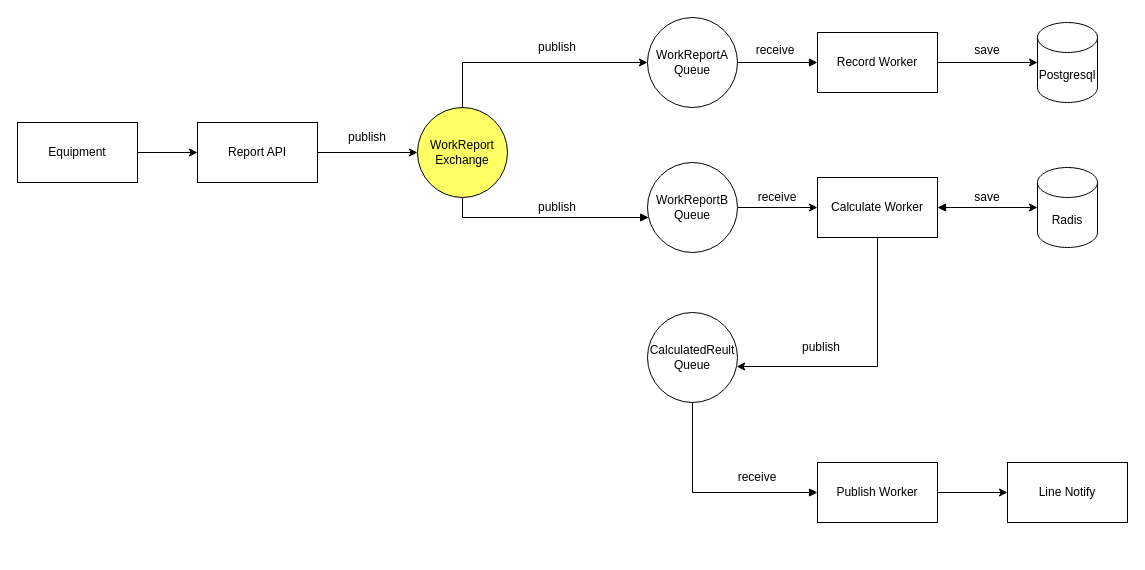
This is workReport.drawio from LIN-CHIN/work-report, a draw.io file, before an edit. Source tidied: cells renumbered, new cells numbered last; positions are measured from the earlier drawing's top-left corner, leaving out a move shared by most shapes. Both pictures are drawn from the tidied source at 100%, with x=0, y=0 at pixel (17, 17). Pictures stored in the file or linked from it are replaced by grey dashed boxes.
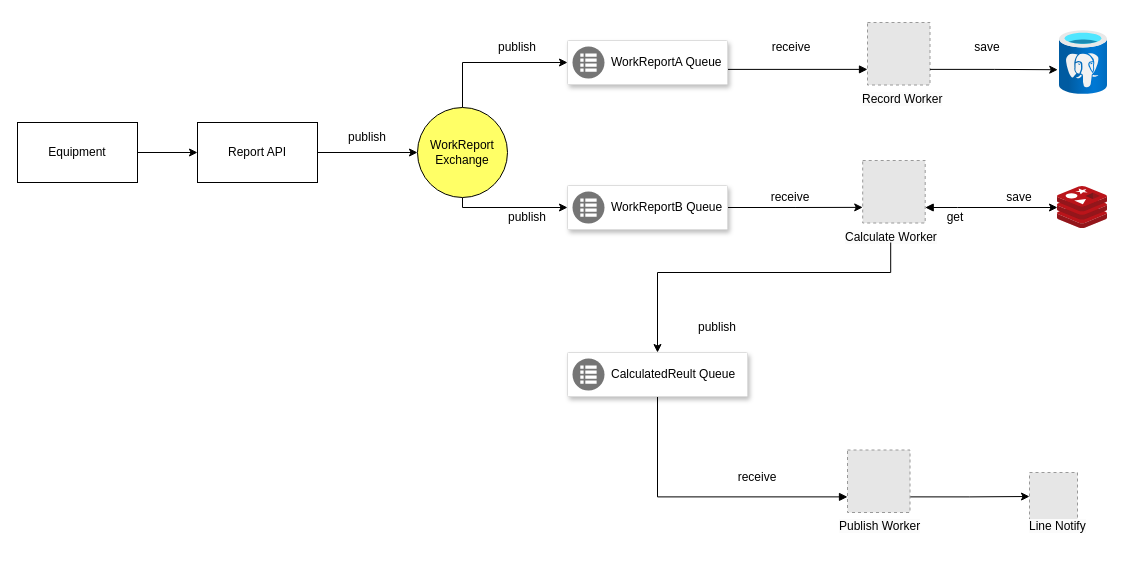
Above is the later version.

Unchanged cells that the change refers to:
```xml
<mxCell id="30" value="WorkReport&lt;br&gt;Exchange" style="ellipse;whiteSpace=wrap;html=1;fillColor=#FFFF66;" parent="1" vertex="1">
  <mxGeometry x="400" y="90" width="90" height="90" as="geometry" />
</mxCell>
```

What changed in the source:
```diff
@@
-    <mxCell id="4" style="edgeStyle=orthogonalEdgeStyle;rounded=0;jettySize=auto;html=1;entryX=0.5;entryY=0;entryDx=0;entryDy=0;startArrow=classic;startFill=1;endArrow=none;endFill=0;" parent="1" edge="1" source="5" target="30">
-      <mxGeometry relative="1" as="geometry" />
-    </mxCell>
-    <mxCell id="5" value="WorkReportA Queue" style="ellipse;whiteSpace=wrap;html=1;" parent="1" vertex="1">
-      <mxGeometry x="630" width="90" height="90" as="geometry" />
-    </mxCell>
-    <mxCell id="6" style="edgeStyle=orthogonalEdgeStyle;rounded=0;jettySize=auto;html=1;entryX=1;entryY=0.5;entryDx=0;entryDy=0;startArrow=block;startFill=1;endArrow=none;endFill=0;" parent="1" edge="1" source="8" target="5">
-      <mxGeometry relative="1" as="geometry" />
+    <mxCell id="6" style="edgeStyle=orthogonalEdgeStyle;rounded=0;jettySize=auto;html=1;entryX=1;entryY=0.5;entryDx=0;entryDy=0;startArrow=block;startFill=1;endArrow=none;endFill=0;exitX=0;exitY=0.75;exitDx=0;exitDy=0;" parent="1" edge="1" source="39" target="45">
+      <mxGeometry relative="1" as="geometry">
+        <Array as="points">
+          <mxPoint x="710" y="52" />
+        </Array>
+      </mxGeometry>
     </mxCell>
-    <mxCell id="7" style="edgeStyle=orthogonalEdgeStyle;rounded=0;jettySize=auto;html=1;exitX=1;exitY=0.5;exitDx=0;exitDy=0;entryX=0;entryY=0.5;entryDx=0;entryDy=0;entryPerimeter=0;" parent="1" edge="1" source="8" target="10">
-      <mxGeometry relative="1" as="geometry" />
-    </mxCell>
-    <mxCell id="8" value="Record Worker" style="rounded=0;whiteSpace=wrap;html=1;" parent="1" vertex="1">
-      <mxGeometry x="800" y="15" width="120" height="60" as="geometry" />
-    </mxCell>
-    <mxCell id="9" value="CalculatedReult Queue" style="ellipse;whiteSpace=wrap;html=1;" parent="1" vertex="1">
-      <mxGeometry x="630" y="295" width="90" height="90" as="geometry" />
-    </mxCell>
-    <mxCell id="10" value="Postgresql" style="shape=cylinder3;whiteSpace=wrap;html=1;boundedLbl=1;backgroundOutline=1;size=15;" parent="1" vertex="1">
-      <mxGeometry x="1020" y="5" width="60" height="80" as="geometry" />
-    </mxCell>
-    <mxCell id="11" style="edgeStyle=orthogonalEdgeStyle;rounded=0;jettySize=auto;html=1;entryX=0;entryY=0.5;entryDx=0;entryDy=0;entryPerimeter=0;startArrow=block;startFill=1;" parent="1" edge="1" source="13" target="14">
-      <mxGeometry relative="1" as="geometry" />
-    </mxCell>
-    <mxCell id="12" style="edgeStyle=orthogonalEdgeStyle;rounded=0;jettySize=auto;html=1;entryX=0.991;entryY=0.6;entryDx=0;entryDy=0;entryPerimeter=0;" parent="1" edge="1" source="13" target="9">
-      <mxGeometry relative="1" as="geometry">
-        <Array as="points">
-          <mxPoint x="860" y="349" />
-        </Array>
-      </mxGeometry>
-    </mxCell>
-    <mxCell id="13" value="Calculate&amp;nbsp;Worker" style="rounded=0;whiteSpace=wrap;html=1;" parent="1" vertex="1">
-      <mxGeometry x="800" y="160" width="120" height="60" as="geometry" />
-    </mxCell>
-    <mxCell id="14" value="Radis" style="shape=cylinder3;whiteSpace=wrap;html=1;boundedLbl=1;backgroundOutline=1;size=15;" parent="1" vertex="1">
-      <mxGeometry x="1020" y="150" width="60" height="80" as="geometry" />
-    </mxCell>
-    <mxCell id="15" style="edgeStyle=orthogonalEdgeStyle;rounded=0;jettySize=auto;html=1;entryX=0.5;entryY=1;entryDx=0;entryDy=0;startArrow=block;startFill=1;endArrow=none;endFill=0;" parent="1" edge="1" source="17" target="9">
-      <mxGeometry relative="1" as="geometry" />
+    <mxCell id="15" style="edgeStyle=orthogonalEdgeStyle;rounded=0;jettySize=auto;html=1;entryX=0.5;entryY=1;entryDx=0;entryDy=0;startArrow=block;startFill=1;endArrow=none;endFill=0;exitX=0;exitY=0.75;exitDx=0;exitDy=0;" parent="1" edge="1" source="41" target="47">
+      <mxGeometry relative="1" as="geometry">
+        <Array as="points">
+          <mxPoint x="640" y="479" />
+        </Array>
+      </mxGeometry>
     </mxCell>
-    <mxCell id="16" style="edgeStyle=orthogonalEdgeStyle;rounded=0;jettySize=auto;html=1;entryX=0;entryY=0.5;entryDx=0;entryDy=0;" parent="1" edge="1" source="17" target="33">
+    <mxCell id="16" style="edgeStyle=orthogonalEdgeStyle;rounded=0;jettySize=auto;html=1;entryX=0;entryY=0.5;entryDx=0;entryDy=0;exitX=1;exitY=0.75;exitDx=0;exitDy=0;" parent="1" edge="1" source="41" target="44">
       <mxGeometry relative="1" as="geometry" />
     </mxCell>
-    <mxCell id="17" value="Publish Worker" style="rounded=0;whiteSpace=wrap;html=1;" parent="1" vertex="1">
-      <mxGeometry x="800" y="445" width="120" height="60" as="geometry" />
-    </mxCell>
@@
     <mxCell id="19" value="receive" style="text;html=1;strokeColor=none;fillColor=none;align=center;verticalAlign=middle;whiteSpace=wrap;rounded=0;" parent="1" vertex="1">
-      <mxGeometry x="728" y="18" width="60" height="30" as="geometry" />
+      <mxGeometry x="742.5" y="15" width="62" height="30" as="geometry" />
     </mxCell>
     <mxCell id="20" value="receive" style="text;html=1;strokeColor=none;fillColor=none;align=center;verticalAlign=middle;whiteSpace=wrap;rounded=0;" parent="1" vertex="1">
-      <mxGeometry x="730" y="165" width="60" height="30" as="geometry" />
+      <mxGeometry x="742.5" y="165" width="60" height="30" as="geometry" />
     </mxCell>
     <mxCell id="21" value="save" style="text;html=1;strokeColor=none;fillColor=none;align=center;verticalAlign=middle;whiteSpace=wrap;rounded=0;" parent="1" vertex="1">
-      <mxGeometry x="940" y="165" width="60" height="30" as="geometry" />
+      <mxGeometry x="972" y="165" width="60" height="30" as="geometry" />
     </mxCell>
     <mxCell id="22" value="save" style="text;html=1;strokeColor=none;fillColor=none;align=center;verticalAlign=middle;whiteSpace=wrap;rounded=0;" parent="1" vertex="1">
-      <mxGeometry x="940" y="18" width="60" height="30" as="geometry" />
+      <mxGeometry x="940" y="15" width="60" height="30" as="geometry" />
     </mxCell>
     <mxCell id="23" value="publish" style="text;html=1;strokeColor=none;fillColor=none;align=center;verticalAlign=middle;whiteSpace=wrap;rounded=0;" parent="1" vertex="1">
-      <mxGeometry x="774" y="315" width="60" height="30" as="geometry" />
+      <mxGeometry x="670" y="295" width="60" height="30" as="geometry" />
     </mxCell>
@@
-    <mxCell id="27" style="edgeStyle=orthogonalEdgeStyle;rounded=0;jettySize=auto;html=1;entryX=0;entryY=0.5;entryDx=0;entryDy=0;" parent="1" edge="1" source="29" target="13">
+    <mxCell id="27" style="edgeStyle=orthogonalEdgeStyle;rounded=0;jettySize=auto;html=1;entryX=0;entryY=0.75;entryDx=0;entryDy=0;exitX=1;exitY=0.5;exitDx=0;exitDy=0;" parent="1" edge="1" source="46" target="51">
       <mxGeometry relative="1" as="geometry" />
     </mxCell>
-    <mxCell id="28" style="edgeStyle=orthogonalEdgeStyle;rounded=0;jettySize=auto;html=1;entryX=0.5;entryY=1;entryDx=0;entryDy=0;startArrow=block;startFill=1;endArrow=none;endFill=0;" parent="1" edge="1" source="29" target="30">
-      <mxGeometry relative="1" as="geometry">
-        <Array as="points">
-          <mxPoint x="445" y="200" />
-        </Array>
-      </mxGeometry>
-    </mxCell>
-    <mxCell id="29" value="WorkReportB Queue" style="ellipse;whiteSpace=wrap;html=1;" parent="1" vertex="1">
-      <mxGeometry x="630" y="145" width="90" height="90" as="geometry" />
-    </mxCell>
+    <mxCell id="34" style="edgeStyle=orthogonalEdgeStyle;rounded=0;jettySize=auto;html=1;entryX=0;entryY=0.5;entryDx=0;entryDy=0;" parent="1" edge="1" source="30" target="45">
+      <mxGeometry relative="1" as="geometry">
+        <Array as="points">
+          <mxPoint x="445" y="45" />
+        </Array>
+      </mxGeometry>
+    </mxCell>
+    <mxCell id="35" style="edgeStyle=orthogonalEdgeStyle;rounded=0;jettySize=auto;html=1;entryX=0;entryY=0.5;entryDx=0;entryDy=0;" parent="1" edge="1" source="30" target="46">
+      <mxGeometry relative="1" as="geometry">
+        <Array as="points">
+          <mxPoint x="445" y="190" />
+        </Array>
+      </mxGeometry>
+    </mxCell>
@@
     <mxCell id="31" value="publish" style="text;html=1;strokeColor=none;fillColor=none;align=center;verticalAlign=middle;whiteSpace=wrap;rounded=0;" parent="1" vertex="1">
-      <mxGeometry x="510" y="15" width="60" height="30" as="geometry" />
+      <mxGeometry x="470" y="15" width="60" height="30" as="geometry" />
     </mxCell>
     <mxCell id="32" value="publish" style="text;html=1;strokeColor=none;fillColor=none;align=center;verticalAlign=middle;whiteSpace=wrap;rounded=0;" parent="1" vertex="1">
-      <mxGeometry x="510" y="175" width="60" height="30" as="geometry" />
+      <mxGeometry x="480" y="185" width="60" height="30" as="geometry" />
     </mxCell>
+    <mxCell id="36" style="image;sketch=0;html=1;points=[];align=center;fontSize=12;image=img/lib/mscae/Cache_Redis_Product.svg;" parent="1" vertex="1">
+      <mxGeometry x="1040" y="169" width="50" height="42" as="geometry" />
+    </mxCell>
+    <mxCell id="37" style="image;html=1;points=[];align=center;fontSize=12;image=img/lib/azure2/databases/Azure_Database_PostgreSQL_Server.svg;" parent="1" vertex="1">
+      <mxGeometry x="1042" y="13" width="48" height="64" as="geometry" />
+    </mxCell>
+    <mxCell id="38" style="group;" parent="1" vertex="1">
+      <mxGeometry x="842.8" y="5" width="97.2" height="95" as="geometry" />
+    </mxCell>
+    <mxCell id="39" style="fillColor=#E6E6E6;strokeColor=#999999;dashed=1;html=1;verticalAlign=top;verticalLabelPosition=bottom;labelBackgroundColor=#ffffff;" parent="38" vertex="1">
+      <mxGeometry x="7.2" width="62.5" height="62.5" as="geometry" />
+    </mxCell>
+    <mxCell id="8" value="&lt;span style=&quot;color: rgb(0, 0, 0); font-family: Helvetica; font-size: 12px; font-style: normal; font-variant-ligatures: normal; font-variant-caps: normal; font-weight: 400; letter-spacing: normal; orphans: 2; text-align: center; text-indent: 0px; text-transform: none; widows: 2; word-spacing: 0px; -webkit-text-stroke-width: 0px; background-color: rgb(251, 251, 251); text-decoration-thickness: initial; text-decoration-style: initial; text-decoration-color: initial; float: none; display: inline !important;&quot;&gt;Record Worker&lt;/span&gt;" style="text;whiteSpace=wrap;html=1;" parent="38" vertex="1">
+      <mxGeometry y="62.5" width="97.2" height="32.6" as="geometry" />
+    </mxCell>
+    <mxCell id="40" style="group;" parent="1" vertex="1">
+      <mxGeometry x="820" y="432.5" width="110" height="102.5" as="geometry" />
+    </mxCell>
+    <mxCell id="41" style="fillColor=#E6E6E6;strokeColor=#999999;dashed=1;html=1;verticalAlign=top;verticalLabelPosition=bottom;labelBackgroundColor=#ffffff;" parent="40" vertex="1">
+      <mxGeometry x="10" width="62.5" height="62.5" as="geometry" />
+    </mxCell>
+    <mxCell id="17" value="&lt;span style=&quot;color: rgb(0, 0, 0); font-family: Helvetica; font-size: 12px; font-style: normal; font-variant-ligatures: normal; font-variant-caps: normal; font-weight: 400; letter-spacing: normal; orphans: 2; text-align: center; text-indent: 0px; text-transform: none; widows: 2; word-spacing: 0px; -webkit-text-stroke-width: 0px; background-color: rgb(251, 251, 251); text-decoration-thickness: initial; text-decoration-style: initial; text-decoration-color: initial; float: none; display: inline !important;&quot;&gt;Publish Worker&lt;/span&gt;" style="text;whiteSpace=wrap;html=1;" parent="40" vertex="1">
+      <mxGeometry y="62.5" width="110" height="40" as="geometry" />
+    </mxCell>
+    <mxCell id="42" style="edgeStyle=orthogonalEdgeStyle;rounded=0;jettySize=auto;html=1;startArrow=block;startFill=1;" parent="1" edge="1" source="51" target="36">
+      <mxGeometry relative="1" as="geometry">
+        <Array as="points">
+          <mxPoint x="940" y="190" />
+          <mxPoint x="940" y="190" />
+        </Array>
+      </mxGeometry>
+    </mxCell>
+    <mxCell id="43" style="group;" parent="1" vertex="1">
+      <mxGeometry x="1010" y="455" width="60" height="70" as="geometry" />
+    </mxCell>
+    <mxCell id="44" style="fillColor=#E6E6E6;strokeColor=#999999;dashed=1;html=1;verticalAlign=top;verticalLabelPosition=bottom;labelBackgroundColor=#ffffff;" parent="43" vertex="1">
+      <mxGeometry x="2" width="48" height="48" as="geometry" />
+    </mxCell>
-    <mxCell id="33" value="Line Notify" style="rounded=0;whiteSpace=wrap;html=1;" parent="1" vertex="1">
-      <mxGeometry x="990" y="445" width="120" height="60" as="geometry" />
+    <mxCell id="33" value="&lt;span style=&quot;color: rgb(0, 0, 0); font-family: Helvetica; font-size: 12px; font-style: normal; font-variant-ligatures: normal; font-variant-caps: normal; font-weight: 400; letter-spacing: normal; orphans: 2; text-align: center; text-indent: 0px; text-transform: none; widows: 2; word-spacing: 0px; -webkit-text-stroke-width: 0px; background-color: rgb(251, 251, 251); text-decoration-thickness: initial; text-decoration-style: initial; text-decoration-color: initial; float: none; display: inline !important;&quot;&gt;Line Notify&lt;/span&gt;" style="text;whiteSpace=wrap;html=1;" parent="43" vertex="1">
+      <mxGeometry y="40" width="60" height="30" as="geometry" />
     </mxCell>
+    <mxCell id="45" style="strokeColor=#dddddd;shadow=1;strokeWidth=1;rounded=1;absoluteArcSize=1;arcSize=2;" parent="1" vertex="1">
+      <mxGeometry x="550" y="23" width="160" height="44" as="geometry" />
+    </mxCell>
+    <mxCell id="5" value="WorkReportA Queue" style="sketch=0;dashed=0;html=1;fillColor=#757575;strokeColor=none;shape=mxgraph.gcp2.task_queues;labelPosition=right;verticalLabelPosition=middle;align=left;verticalAlign=middle;spacingLeft=5;fontSize=12;" parent="45" vertex="1">
+      <mxGeometry y="0.5" width="32" height="32" relative="1" as="geometry">
+        <mxPoint x="5" y="-16" as="offset" />
+      </mxGeometry>
+    </mxCell>
+    <mxCell id="46" style="strokeColor=#dddddd;shadow=1;strokeWidth=1;rounded=1;absoluteArcSize=1;arcSize=2;" parent="1" vertex="1">
+      <mxGeometry x="550" y="168" width="160" height="44" as="geometry" />
+    </mxCell>
+    <mxCell id="29" value="WorkReportB Queue" style="sketch=0;dashed=0;html=1;fillColor=#757575;strokeColor=none;shape=mxgraph.gcp2.task_queues;labelPosition=right;verticalLabelPosition=middle;align=left;verticalAlign=middle;spacingLeft=5;fontSize=12;" parent="46" vertex="1">
+      <mxGeometry y="0.5" width="32" height="32" relative="1" as="geometry">
+        <mxPoint x="5" y="-16" as="offset" />
+      </mxGeometry>
+    </mxCell>
+    <mxCell id="47" style="strokeColor=#dddddd;shadow=1;strokeWidth=1;rounded=1;absoluteArcSize=1;arcSize=2;" parent="1" vertex="1">
+      <mxGeometry x="550" y="335" width="180" height="44" as="geometry" />
+    </mxCell>
+    <mxCell id="9" value="CalculatedReult Queue" style="sketch=0;dashed=0;html=1;fillColor=#757575;strokeColor=none;shape=mxgraph.gcp2.task_queues;labelPosition=right;verticalLabelPosition=middle;align=left;verticalAlign=middle;spacingLeft=5;fontSize=12;" parent="47" vertex="1">
+      <mxGeometry y="0.5" width="32" height="32" relative="1" as="geometry">
+        <mxPoint x="5" y="-16" as="offset" />
+      </mxGeometry>
+    </mxCell>
+    <mxCell id="48" style="edgeStyle=orthogonalEdgeStyle;rounded=0;jettySize=auto;html=1;exitX=1;exitY=0.75;exitDx=0;exitDy=0;entryX=-0.037;entryY=0.613;entryDx=0;entryDy=0;entryPerimeter=0;" parent="1" edge="1" source="39" target="37">
+      <mxGeometry relative="1" as="geometry" />
+    </mxCell>
+    <mxCell id="49" value="get" style="text;html=1;strokeColor=none;fillColor=none;align=center;verticalAlign=middle;whiteSpace=wrap;rounded=0;" parent="1" vertex="1">
+      <mxGeometry x="907.6" y="185" width="60" height="30" as="geometry" />
+    </mxCell>
+    <mxCell id="50" style="group;" parent="1" vertex="1">
+      <mxGeometry x="826.4" y="143" width="93.6" height="82" as="geometry" />
+    </mxCell>
+    <mxCell id="51" style="fillColor=#E6E6E6;strokeColor=#999999;dashed=1;html=1;verticalAlign=top;verticalLabelPosition=bottom;labelBackgroundColor=#ffffff;" parent="50" vertex="1">
+      <mxGeometry x="18.8" width="62.5" height="62.5" as="geometry" />
+    </mxCell>
+    <mxCell id="13" value="&lt;span style=&quot;color: rgb(0, 0, 0); font-family: Helvetica; font-size: 12px; font-style: normal; font-variant-ligatures: normal; font-variant-caps: normal; font-weight: 400; letter-spacing: normal; orphans: 2; text-align: center; text-indent: 0px; text-transform: none; widows: 2; word-spacing: 0px; -webkit-text-stroke-width: 0px; background-color: rgb(251, 251, 251); text-decoration-thickness: initial; text-decoration-style: initial; text-decoration-color: initial; float: none; display: inline !important;&quot;&gt;Calculate&amp;nbsp;Worker&lt;/span&gt;" style="text;whiteSpace=wrap;html=1;" parent="50" vertex="1">
+      <mxGeometry y="62.5" width="93.6" height="19.5" as="geometry" />
+    </mxCell>
+    <mxCell id="52" style="edgeStyle=orthogonalEdgeStyle;rounded=0;jettySize=auto;html=1;exitX=0.5;exitY=1;exitDx=0;exitDy=0;entryX=0.5;entryY=0;entryDx=0;entryDy=0;" parent="1" edge="1" source="13" target="47">
+      <mxGeometry relative="1" as="geometry">
+        <Array as="points">
+          <mxPoint x="873" y="255" />
+          <mxPoint x="640" y="255" />
+        </Array>
+      </mxGeometry>
+    </mxCell>
```
